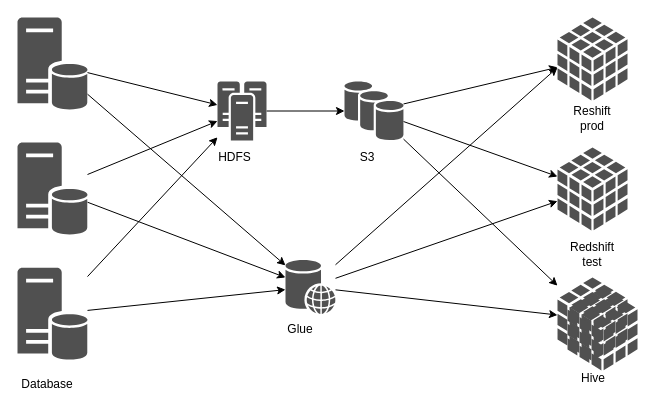
The draw.io diagram page "Architecture" (3 of 4) of 数据同步范畴.drawio in wangbin2188/draw, before the edit. Source tidied: cells renumbered, new cells numbered last; positions are measured from the earlier drawing's top-left corner, leaving out a move shared by most shapes. Both pictures are drawn from the tidied source at 100%, with x=0, y=0 at pixel (17, 17).
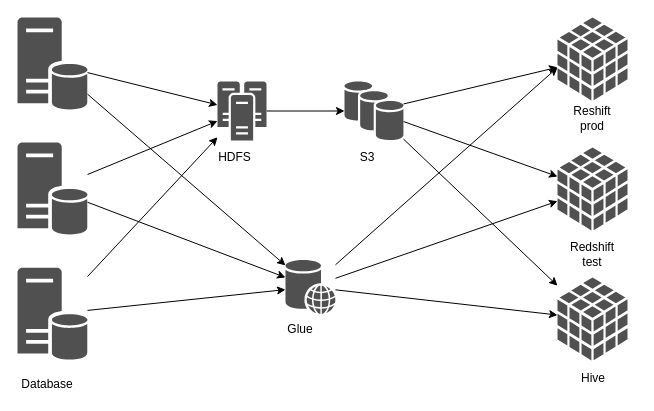
The same page after the edit.

Diff of the diagram source:
```diff
@@
-    <mxCell id="31" style="shadow=0;dashed=0;html=1;strokeColor=none;fillColor=#505050;labelPosition=center;verticalLabelPosition=bottom;verticalAlign=top;align=center;shape=mxgraph.office.databases.database_cube;" parent="1" vertex="1">
-      <mxGeometry x="550" y="270" width="70" height="83" as="geometry" />
-    </mxCell>
```
